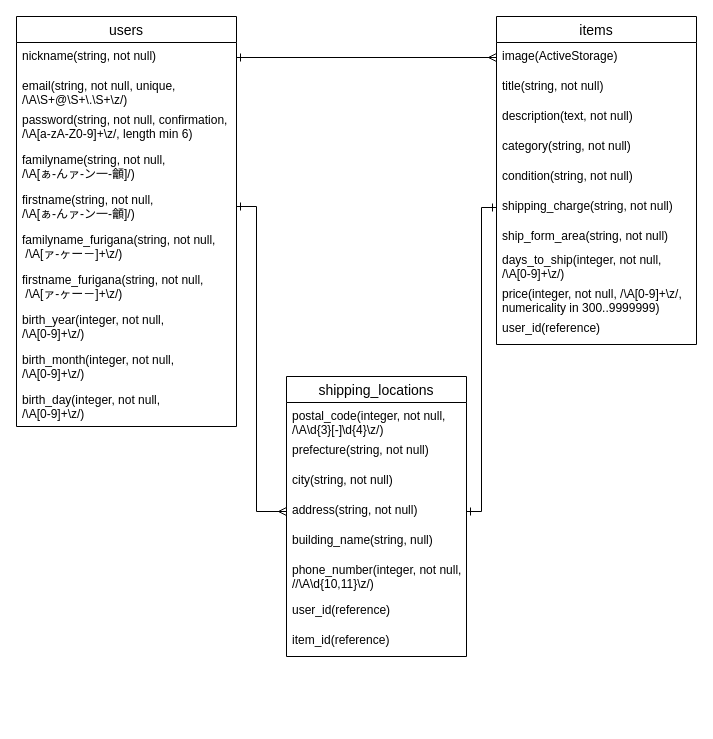
Before: ER.dio in Giru-eng/furima-33823, a draw.io diagram. Source tidied: cells renumbered, new cells numbered last; positions are measured from the earlier drawing's top-left corner, leaving out a move shared by most shapes. Both pictures are drawn from the tidied source at 100%, with x=0, y=0 at pixel (16, 16).
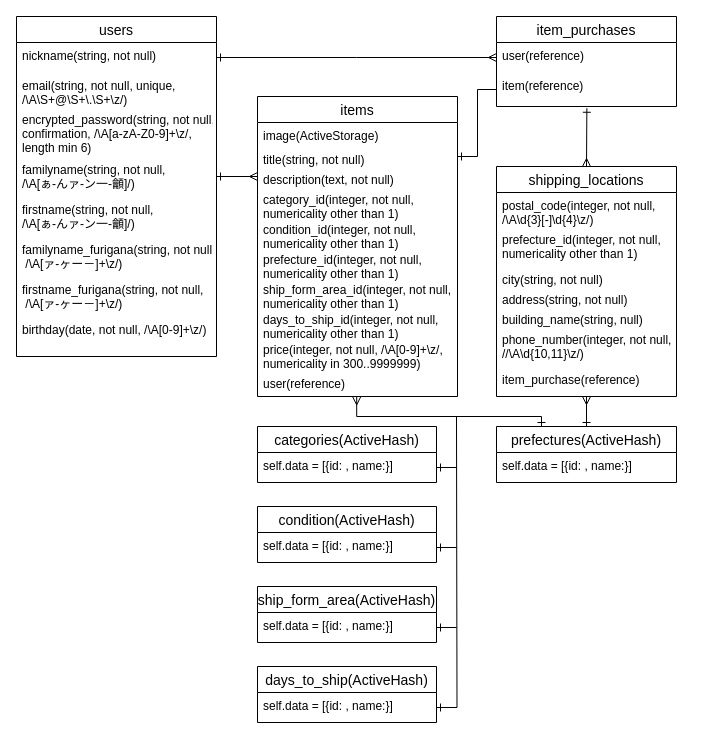
The same diagram, later.

Commit message (it also covers changes not shown here):
Database-design(1)

Database-designのコードレビューに基づいて1回目の修正作業

Change to the diagram source:
```diff
@@
     <mxCell id="2" value="users" style="swimlane;fontStyle=0;horizontal=1;startSize=26;align=center;fontSize=14;" parent="1" vertex="1">
-      <mxGeometry width="220" height="410" as="geometry" />
+      <mxGeometry width="200" height="340" as="geometry" />
     </mxCell>
     <mxCell id="3" value="nickname(string, not null)" style="text;strokeColor=none;fillColor=none;spacingLeft=4;spacingRight=4;overflow=hidden;points=[[0,0.5],[1,0.5]];portConstraint=eastwest;fontSize=12;" parent="2" vertex="1">
-      <mxGeometry y="26" width="220" height="30" as="geometry" />
+      <mxGeometry y="26" width="200" height="30" as="geometry" />
     </mxCell>
     <mxCell id="4" value="email(string, not null, unique, &#10;/\A\S+@\S+\.\S+\z/)" style="text;strokeColor=none;fillColor=none;spacingLeft=4;spacingRight=4;overflow=hidden;fontSize=12;" parent="2" vertex="1">
-      <mxGeometry y="56" width="220" height="34" as="geometry" />
+      <mxGeometry y="56" width="200" height="34" as="geometry" />
     </mxCell>
-    <mxCell id="5" value="password(string, not null, confirmation, &#10;/\A[a-zA-Z0-9]+\z/, length min 6)" style="text;strokeColor=none;fillColor=none;spacingLeft=4;spacingRight=4;overflow=hidden;fontSize=12;" parent="2" vertex="1">
-      <mxGeometry y="90" width="220" height="40" as="geometry" />
+    <mxCell id="5" value="encrypted_password(string, not null,&#10;confirmation, /\A[a-zA-Z0-9]+\z/,&#10;length min 6)" style="text;strokeColor=none;fillColor=none;spacingLeft=4;spacingRight=4;overflow=hidden;fontSize=12;" parent="2" vertex="1">
+      <mxGeometry y="90" width="200" height="50" as="geometry" />
     </mxCell>
     <mxCell id="6" value="familyname(string, not null, &#10;/\A[ぁ-んァ-ン一-龥]/)" style="text;strokeColor=none;fillColor=none;spacingLeft=4;spacingRight=4;overflow=hidden;points=[[0,0.5],[1,0.5]];portConstraint=eastwest;fontSize=12;" parent="2" vertex="1">
-      <mxGeometry y="130" width="220" height="40" as="geometry" />
+      <mxGeometry y="140" width="200" height="40" as="geometry" />
     </mxCell>
     <mxCell id="7" value="firstname(string, not null, &#10;/\A[ぁ-んァ-ン一-龥]/)" style="text;strokeColor=none;fillColor=none;spacingLeft=4;spacingRight=4;overflow=hidden;points=[[0,0.5],[1,0.5]];portConstraint=eastwest;fontSize=12;" parent="2" vertex="1">
-      <mxGeometry y="170" width="220" height="40" as="geometry" />
+      <mxGeometry y="180" width="200" height="40" as="geometry" />
     </mxCell>
     <mxCell id="8" value="familyname_furigana(string, not null,&#10; /\A[ァ-ヶー－]+\z/)" style="text;strokeColor=none;fillColor=none;spacingLeft=4;spacingRight=4;overflow=hidden;fontSize=12;" parent="2" vertex="1">
-      <mxGeometry y="210" width="220" height="40" as="geometry" />
+      <mxGeometry y="220" width="200" height="40" as="geometry" />
     </mxCell>
     <mxCell id="9" value="firstname_furigana(string, not null,&#10; /\A[ァ-ヶー－]+\z/)" style="text;strokeColor=none;fillColor=none;spacingLeft=4;spacingRight=4;overflow=hidden;fontSize=12;" parent="2" vertex="1">
-      <mxGeometry y="250" width="220" height="40" as="geometry" />
+      <mxGeometry y="260" width="200" height="40" as="geometry" />
     </mxCell>
-    <mxCell id="10" value="birth_year(integer, not null,&#10;/\A[0-9]+\z/)" style="text;strokeColor=none;fillColor=none;spacingLeft=4;spacingRight=4;overflow=hidden;fontSize=12;" parent="2" vertex="1">
-      <mxGeometry y="290" width="220" height="40" as="geometry" />
+    <mxCell id="10" value="birthday(date, not null, /\A[0-9]+\z/)" style="text;strokeColor=none;fillColor=none;spacingLeft=4;spacingRight=4;overflow=hidden;fontSize=12;" parent="2" vertex="1">
+      <mxGeometry y="300" width="200" height="40" as="geometry" />
     </mxCell>
-    <mxCell id="11" value="birth_month(integer, not null,&#10;/\A[0-9]+\z/)" style="text;strokeColor=none;fillColor=none;spacingLeft=4;spacingRight=4;overflow=hidden;fontSize=12;" parent="2" vertex="1">
-      <mxGeometry y="330" width="220" height="40" as="geometry" />
-    </mxCell>
-    <mxCell id="12" value="birth_day(integer, not null,&#10;/\A[0-9]+\z/)" style="text;strokeColor=none;fillColor=none;spacingLeft=4;spacingRight=4;overflow=hidden;fontSize=12;" parent="2" vertex="1">
-      <mxGeometry y="370" width="220" height="40" as="geometry" />
-    </mxCell>
     <mxCell id="13" value="items" style="swimlane;fontStyle=0;horizontal=1;startSize=26;align=center;fontSize=14;" parent="1" vertex="1">
-      <mxGeometry x="480" width="200" height="328" as="geometry" />
+      <mxGeometry x="241" y="80" width="200" height="300" as="geometry" />
     </mxCell>
     <mxCell id="14" value="image(ActiveStorage)" style="text;strokeColor=none;fillColor=none;spacingLeft=4;spacingRight=4;overflow=hidden;points=[[0,0.5],[1,0.5]];portConstraint=eastwest;fontSize=12;" parent="13" vertex="1">
-      <mxGeometry y="26" width="200" height="30" as="geometry" />
+      <mxGeometry y="26" width="200" height="24" as="geometry" />
     </mxCell>
     <mxCell id="15" value="title(string, not null)" style="text;strokeColor=none;fillColor=none;spacingLeft=4;spacingRight=4;overflow=hidden;points=[[0,0.5],[1,0.5]];portConstraint=eastwest;fontSize=12;" parent="13" vertex="1">
-      <mxGeometry y="56" width="200" height="30" as="geometry" />
+      <mxGeometry y="50" width="200" height="20" as="geometry" />
     </mxCell>
     <mxCell id="16" value="description(text, not null)" style="text;strokeColor=none;fillColor=none;spacingLeft=4;spacingRight=4;overflow=hidden;points=[[0,0.5],[1,0.5]];portConstraint=eastwest;fontSize=12;" parent="13" vertex="1">
-      <mxGeometry y="86" width="200" height="30" as="geometry" />
+      <mxGeometry y="70" width="200" height="20" as="geometry" />
     </mxCell>
-    <mxCell id="17" value="category(string, not null)" style="text;strokeColor=none;fillColor=none;spacingLeft=4;spacingRight=4;overflow=hidden;fontSize=12;" parent="13" vertex="1">
-      <mxGeometry y="116" width="200" height="30" as="geometry" />
+    <mxCell id="17" value="category_id(integer, not null, &#10;numericality other than 1)" style="text;strokeColor=none;fillColor=none;spacingLeft=4;spacingRight=4;overflow=hidden;fontSize=12;" parent="13" vertex="1">
+      <mxGeometry y="90" width="200" height="30" as="geometry" />
     </mxCell>
-    <mxCell id="18" value="condition(string, not null)" style="text;strokeColor=none;fillColor=none;spacingLeft=4;spacingRight=4;overflow=hidden;fontSize=12;" parent="13" vertex="1">
-      <mxGeometry y="146" width="200" height="30" as="geometry" />
+    <mxCell id="18" value="condition_id(integer, not null, &#10;numericality other than 1)" style="text;strokeColor=none;fillColor=none;spacingLeft=4;spacingRight=4;overflow=hidden;fontSize=12;" parent="13" vertex="1">
+      <mxGeometry y="120" width="200" height="30" as="geometry" />
     </mxCell>
-    <mxCell id="19" value="shipping_charge(string, not null)" style="text;strokeColor=none;fillColor=none;spacingLeft=4;spacingRight=4;overflow=hidden;points=[[0,0.5],[1,0.5]];portConstraint=eastwest;fontSize=12;" parent="13" vertex="1">
-      <mxGeometry y="176" width="200" height="30" as="geometry" />
+    <mxCell id="19" value="prefecture_id(integer, not null, &#10;numericality other than 1)" style="text;strokeColor=none;fillColor=none;spacingLeft=4;spacingRight=4;overflow=hidden;points=[[0,0.5],[1,0.5]];portConstraint=eastwest;fontSize=12;" parent="13" vertex="1">
+      <mxGeometry y="150" width="200" height="30" as="geometry" />
     </mxCell>
-    <mxCell id="20" value="ship_form_area(string, not null)" style="text;strokeColor=none;fillColor=none;spacingLeft=4;spacingRight=4;overflow=hidden;fontSize=12;" parent="13" vertex="1">
-      <mxGeometry y="206" width="200" height="24" as="geometry" />
+    <mxCell id="20" value="ship_form_area_id(integer, not null, &#10;numericality other than 1)" style="text;strokeColor=none;fillColor=none;spacingLeft=4;spacingRight=4;overflow=hidden;fontSize=12;" parent="13" vertex="1">
+      <mxGeometry y="180" width="200" height="30" as="geometry" />
     </mxCell>
-    <mxCell id="21" value="days_to_ship(integer, not null,&#10;/\A[0-9]+\z/)" style="text;strokeColor=none;fillColor=none;spacingLeft=4;spacingRight=4;overflow=hidden;fontSize=12;" parent="13" vertex="1">
-      <mxGeometry y="230" width="200" height="34" as="geometry" />
+    <mxCell id="21" value="days_to_ship_id(integer, not null, &#10;numericality other than 1)" style="text;strokeColor=none;fillColor=none;spacingLeft=4;spacingRight=4;overflow=hidden;fontSize=12;" parent="13" vertex="1">
+      <mxGeometry y="210" width="200" height="30" as="geometry" />
     </mxCell>
     <mxCell id="22" value="price(integer, not null, /\A[0-9]+\z/, &#10;numericality in 300..9999999)" style="text;strokeColor=none;fillColor=none;spacingLeft=4;spacingRight=4;overflow=hidden;fontSize=12;" parent="13" vertex="1">
-      <mxGeometry y="264" width="200" height="34" as="geometry" />
+      <mxGeometry y="240" width="200" height="34" as="geometry" />
     </mxCell>
-    <mxCell id="23" value="user_id(reference)" style="text;strokeColor=none;fillColor=none;spacingLeft=4;spacingRight=4;overflow=hidden;points=[[0,0.5],[1,0.5]];portConstraint=eastwest;fontSize=12;" parent="13" vertex="1">
-      <mxGeometry y="298" width="200" height="30" as="geometry" />
+    <mxCell id="23" value="user(reference)" style="text;strokeColor=none;fillColor=none;spacingLeft=4;spacingRight=4;overflow=hidden;points=[[0,0.5],[1,0.5]];portConstraint=eastwest;fontSize=12;" parent="13" vertex="1">
+      <mxGeometry y="274" width="200" height="26" as="geometry" />
     </mxCell>
+    <mxCell id="36" style="edgeStyle=none;rounded=0;jettySize=auto;html=1;exitX=0.5;exitY=0;exitDx=0;exitDy=0;entryX=0.502;entryY=1.052;entryDx=0;entryDy=0;entryPerimeter=0;startArrow=ERmany;startFill=0;endArrow=ERone;endFill=0;" parent="1" edge="1" source="24" target="51">
+      <mxGeometry relative="1" as="geometry" />
+    </mxCell>
     <mxCell id="24" value="shipping_locations" style="swimlane;fontStyle=0;horizontal=1;startSize=26;align=center;fontSize=14;" parent="1" vertex="1">
-      <mxGeometry x="270" y="360" width="180" height="280" as="geometry" />
+      <mxGeometry x="480" y="150" width="180" height="230" as="geometry" />
     </mxCell>
@@
-    <mxCell id="26" value="prefecture(string, not null)" style="text;strokeColor=none;fillColor=none;spacingLeft=4;spacingRight=4;overflow=hidden;fontSize=12;" parent="24" vertex="1">
-      <mxGeometry y="60" width="180" height="30" as="geometry" />
+    <mxCell id="26" value="prefecture_id(integer, not null, &#10;numericality other than 1)" style="text;strokeColor=none;fillColor=none;spacingLeft=4;spacingRight=4;overflow=hidden;fontSize=12;" parent="24" vertex="1">
+      <mxGeometry y="60" width="180" height="40" as="geometry" />
     </mxCell>
     <mxCell id="27" value="city(string, not null)" style="text;strokeColor=none;fillColor=none;spacingLeft=4;spacingRight=4;overflow=hidden;fontSize=12;" parent="24" vertex="1">
-      <mxGeometry y="90" width="180" height="30" as="geometry" />
+      <mxGeometry y="100" width="180" height="20" as="geometry" />
     </mxCell>
     <mxCell id="28" value="address(string, not null)" style="text;strokeColor=none;fillColor=none;spacingLeft=4;spacingRight=4;overflow=hidden;points=[[0,0.5],[1,0.5]];portConstraint=eastwest;fontSize=12;" parent="24" vertex="1">
-      <mxGeometry y="120" width="180" height="30" as="geometry" />
+      <mxGeometry y="120" width="180" height="20" as="geometry" />
     </mxCell>
     <mxCell id="29" value="building_name(string, null)" style="text;strokeColor=none;fillColor=none;spacingLeft=4;spacingRight=4;overflow=hidden;fontSize=12;" parent="24" vertex="1">
-      <mxGeometry y="150" width="180" height="30" as="geometry" />
+      <mxGeometry y="140" width="180" height="20" as="geometry" />
     </mxCell>
     <mxCell id="30" value="phone_number(integer, not null,&#10;//\A\d{10,11}\z/)" style="text;strokeColor=none;fillColor=none;spacingLeft=4;spacingRight=4;overflow=hidden;fontSize=12;" parent="24" vertex="1">
-      <mxGeometry y="180" width="180" height="40" as="geometry" />
+      <mxGeometry y="160" width="180" height="40" as="geometry" />
     </mxCell>
-    <mxCell id="31" value="user_id(reference)" style="text;strokeColor=none;fillColor=none;spacingLeft=4;spacingRight=4;overflow=hidden;points=[[0,0.5],[1,0.5]];portConstraint=eastwest;fontSize=12;" parent="24" vertex="1">
-      <mxGeometry y="220" width="180" height="30" as="geometry" />
+    <mxCell id="31" value="item_purchase(reference)" style="text;strokeColor=none;fillColor=none;spacingLeft=4;spacingRight=4;overflow=hidden;points=[[0,0.5],[1,0.5]];portConstraint=eastwest;fontSize=12;" parent="24" vertex="1">
+      <mxGeometry y="200" width="180" height="30" as="geometry" />
     </mxCell>
-    <mxCell id="32" value="item_id(reference)" style="text;strokeColor=none;fillColor=none;spacingLeft=4;spacingRight=4;overflow=hidden;fontSize=12;" parent="24" vertex="1">
-      <mxGeometry y="250" width="180" height="30" as="geometry" />
-    </mxCell>
-    <mxCell id="33" style="edgeStyle=elbowEdgeStyle;rounded=0;jettySize=auto;html=1;exitX=0;exitY=0.5;exitDx=0;exitDy=0;entryX=1;entryY=0.5;entryDx=0;entryDy=0;startArrow=ERone;startFill=0;endArrow=ERone;endFill=0;" parent="1" edge="1" source="19" target="28">
-      <mxGeometry relative="1" as="geometry" />
-    </mxCell>
-    <mxCell id="34" style="edgeStyle=none;rounded=0;jettySize=auto;html=1;exitX=1;exitY=0.5;exitDx=0;exitDy=0;entryX=0;entryY=0.5;entryDx=0;entryDy=0;startArrow=ERone;startFill=0;endArrow=ERmany;endFill=0;" parent="1" edge="1" source="3" target="14">
-      <mxGeometry relative="1" as="geometry" />
-    </mxCell>
-    <mxCell id="35" style="edgeStyle=elbowEdgeStyle;rounded=0;jettySize=auto;html=1;exitX=1;exitY=0.5;exitDx=0;exitDy=0;entryX=0;entryY=0.5;entryDx=0;entryDy=0;startArrow=ERone;startFill=0;endArrow=ERmany;endFill=0;" parent="1" edge="1" source="7" target="28">
-      <mxGeometry relative="1" as="geometry">
-        <Array as="points">
-          <mxPoint x="240" y="240" />
-        </Array>
-      </mxGeometry>
-    </mxCell>
+    <mxCell id="37" value="categories(ActiveHash)" style="swimlane;fontStyle=0;horizontal=1;startSize=26;align=center;fontSize=14;" parent="1" vertex="1">
+      <mxGeometry x="241" y="410" width="179" height="56" as="geometry" />
+    </mxCell>
+    <mxCell id="38" value="self.data = [{id: , name:}]" style="text;strokeColor=none;fillColor=none;spacingLeft=4;spacingRight=4;overflow=hidden;points=[[0,0.5],[1,0.5]];portConstraint=eastwest;fontSize=12;" parent="37" vertex="1">
+      <mxGeometry y="26" width="179" height="30" as="geometry" />
+    </mxCell>
+    <mxCell id="39" value="condition(ActiveHash)" style="swimlane;fontStyle=0;horizontal=1;startSize=26;align=center;fontSize=14;" parent="1" vertex="1">
+      <mxGeometry x="241" y="490" width="179" height="56" as="geometry" />
+    </mxCell>
+    <mxCell id="40" value="self.data = [{id: , name:}]" style="text;strokeColor=none;fillColor=none;spacingLeft=4;spacingRight=4;overflow=hidden;points=[[0,0.5],[1,0.5]];portConstraint=eastwest;fontSize=12;" parent="39" vertex="1">
+      <mxGeometry y="26" width="179" height="30" as="geometry" />
+    </mxCell>
+    <mxCell id="41" value="days_to_ship(ActiveHash)" style="swimlane;fontStyle=0;horizontal=1;startSize=26;align=center;fontSize=14;" parent="1" vertex="1">
+      <mxGeometry x="241" y="650" width="179" height="56" as="geometry" />
+    </mxCell>
+    <mxCell id="42" value="self.data = [{id: , name:}]" style="text;strokeColor=none;fillColor=none;spacingLeft=4;spacingRight=4;overflow=hidden;points=[[0,0.5],[1,0.5]];portConstraint=eastwest;fontSize=12;" parent="41" vertex="1">
+      <mxGeometry y="26" width="179" height="30" as="geometry" />
+    </mxCell>
+    <mxCell id="43" value="ship_form_area(ActiveHash)" style="swimlane;fontStyle=0;horizontal=1;startSize=26;align=center;fontSize=14;" parent="1" vertex="1">
+      <mxGeometry x="241" y="570" width="179" height="56" as="geometry" />
+    </mxCell>
+    <mxCell id="44" value="self.data = [{id: , name:}]" style="text;strokeColor=none;fillColor=none;spacingLeft=4;spacingRight=4;overflow=hidden;points=[[0,0.5],[1,0.5]];portConstraint=eastwest;fontSize=12;" parent="43" vertex="1">
+      <mxGeometry y="26" width="179" height="30" as="geometry" />
+    </mxCell>
+    <mxCell id="45" style="edgeStyle=elbowEdgeStyle;rounded=0;jettySize=auto;html=1;exitX=0.25;exitY=0;exitDx=0;exitDy=0;startArrow=ERone;startFill=0;endArrow=ERmany;endFill=0;elbow=vertical;entryX=0.496;entryY=1.013;entryDx=0;entryDy=0;entryPerimeter=0;" parent="1" edge="1" source="47" target="23">
+      <mxGeometry relative="1" as="geometry">
+        <Array as="points">
+          <mxPoint x="430" y="400" />
+        </Array>
+      </mxGeometry>
+    </mxCell>
+    <mxCell id="46" style="edgeStyle=none;rounded=0;jettySize=auto;html=1;exitX=0.5;exitY=0;exitDx=0;exitDy=0;startArrow=ERone;startFill=0;endArrow=ERmany;endFill=0;" parent="1" edge="1" source="47" target="31">
+      <mxGeometry relative="1" as="geometry" />
+    </mxCell>
+    <mxCell id="47" value="prefectures(ActiveHash)" style="swimlane;fontStyle=0;horizontal=1;startSize=26;align=center;fontSize=14;" parent="1" vertex="1">
+      <mxGeometry x="480" y="410" width="180" height="56" as="geometry" />
+    </mxCell>
+    <mxCell id="48" value="self.data = [{id: , name:}]" style="text;strokeColor=none;fillColor=none;spacingLeft=4;spacingRight=4;overflow=hidden;fontSize=12;" parent="47" vertex="1">
+      <mxGeometry y="26" width="180" height="30" as="geometry" />
+    </mxCell>
+    <mxCell id="49" value="item_purchases" style="swimlane;fontStyle=0;horizontal=1;startSize=26;align=center;fontSize=14;" parent="1" vertex="1">
+      <mxGeometry x="480" width="180" height="90" as="geometry" />
+    </mxCell>
+    <mxCell id="50" value="user(reference)" style="text;strokeColor=none;fillColor=none;spacingLeft=4;spacingRight=4;overflow=hidden;points=[[0,0.5],[1,0.5]];portConstraint=eastwest;fontSize=12;" parent="49" vertex="1">
+      <mxGeometry y="26" width="180" height="30" as="geometry" />
+    </mxCell>
+    <mxCell id="51" value="item(reference)" style="text;strokeColor=none;fillColor=none;spacingLeft=4;spacingRight=4;overflow=hidden;points=[[0,0.5],[1,0.5]];portConstraint=eastwest;fontSize=12;" parent="49" vertex="1">
+      <mxGeometry y="56" width="180" height="34" as="geometry" />
+    </mxCell>
+    <mxCell id="52" style="edgeStyle=elbowEdgeStyle;rounded=0;jettySize=auto;html=1;exitX=1;exitY=0.5;exitDx=0;exitDy=0;entryX=0;entryY=0.5;entryDx=0;entryDy=0;startArrow=ERone;startFill=0;endArrow=none;endFill=0;" parent="1" edge="1" source="15" target="51">
+      <mxGeometry relative="1" as="geometry" />
+    </mxCell>
+    <mxCell id="53" style="edgeStyle=elbowEdgeStyle;rounded=0;jettySize=auto;html=1;exitX=1;exitY=0.5;exitDx=0;exitDy=0;entryX=0;entryY=0.5;entryDx=0;entryDy=0;startArrow=ERone;startFill=0;endArrow=ERmany;endFill=0;" parent="1" edge="1" source="3" target="50">
+      <mxGeometry relative="1" as="geometry" />
+    </mxCell>
+    <mxCell id="54" style="edgeStyle=orthogonalEdgeStyle;rounded=0;jettySize=auto;elbow=vertical;html=1;exitX=1;exitY=0.5;exitDx=0;exitDy=0;startArrow=ERone;startFill=0;endArrow=none;endFill=0;" parent="1" edge="1" source="42">
+      <mxGeometry relative="1" as="geometry">
+        <mxPoint x="440" y="400" as="targetPoint" />
+      </mxGeometry>
+    </mxCell>
+    <mxCell id="55" style="edgeStyle=orthogonalEdgeStyle;rounded=0;jettySize=auto;html=1;exitX=1;exitY=0.5;exitDx=0;exitDy=0;startArrow=ERone;startFill=0;endArrow=none;endFill=0;" parent="1" edge="1" source="44">
+      <mxGeometry relative="1" as="geometry">
+        <mxPoint x="440" y="611" as="targetPoint" />
+      </mxGeometry>
+    </mxCell>
+    <mxCell id="56" style="edgeStyle=orthogonalEdgeStyle;rounded=0;jettySize=auto;html=1;exitX=1;exitY=0.5;exitDx=0;exitDy=0;startArrow=ERone;startFill=0;endArrow=none;endFill=0;" parent="1" edge="1" source="40">
+      <mxGeometry relative="1" as="geometry">
+        <mxPoint x="440" y="531" as="targetPoint" />
+      </mxGeometry>
+    </mxCell>
+    <mxCell id="57" style="edgeStyle=orthogonalEdgeStyle;rounded=0;jettySize=auto;html=1;exitX=1;exitY=0.5;exitDx=0;exitDy=0;startArrow=ERone;startFill=0;endArrow=none;endFill=0;" parent="1" edge="1" source="38">
+      <mxGeometry relative="1" as="geometry">
+        <mxPoint x="440" y="451" as="targetPoint" />
+      </mxGeometry>
+    </mxCell>
+    <mxCell id="58" style="edgeStyle=none;rounded=0;jettySize=auto;html=1;exitX=1;exitY=0.5;exitDx=0;exitDy=0;entryX=0;entryY=0.5;entryDx=0;entryDy=0;startArrow=ERone;startFill=0;endArrow=ERmany;endFill=0;" parent="1" edge="1" source="6" target="16">
+      <mxGeometry relative="1" as="geometry" />
+    </mxCell>
```
